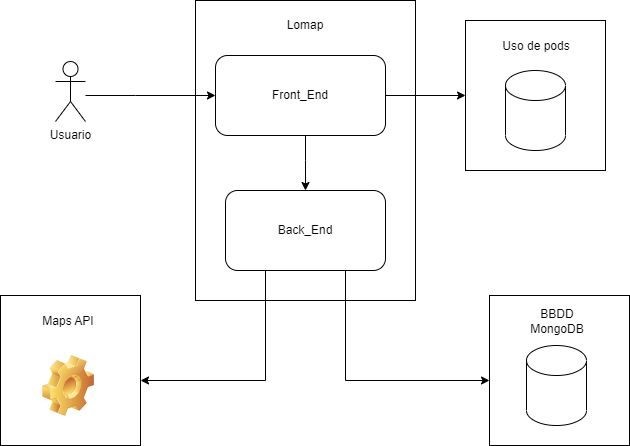
Arquisoft/lomap_es3c keeps this draw.io diagram as images/Overview_Diagrama.png. Above is the earlier version. Source tidied: cells renumbered, new cells last; positions are measured from the earlier drawing's top-left corner, leaving out a move shared by most shapes.
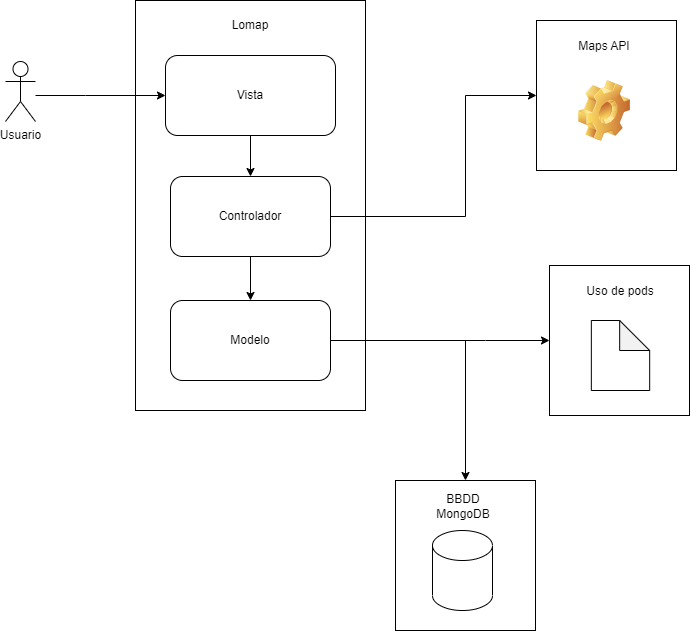
Above is the later version.

Change to the diagram source:
```diff
@@ -6,51 +6,41 @@
       <mxGeometry x="55" y="61" width="30" height="60" as="geometry" />
     </mxCell>
     <mxCell id="3" style="rounded=0;whiteSpace=wrap;html=1;" parent="1" vertex="1">
-      <mxGeometry x="195" width="220" height="300" as="geometry" />
+      <mxGeometry x="185" width="230" height="410" as="geometry" />
     </mxCell>
     <mxCell id="4" value="Lomap" style="text;html=1;strokeColor=none;fillColor=none;align=center;verticalAlign=middle;whiteSpace=wrap;rounded=0;" parent="1" vertex="1">
-      <mxGeometry x="275" y="10" width="60" height="30" as="geometry" />
+      <mxGeometry x="270" y="10" width="60" height="30" as="geometry" />
     </mxCell>
-    <mxCell id="5" style="edgeStyle=orthogonalEdgeStyle;rounded=0;jettySize=auto;html=1;" parent="1" edge="1" source="7" target="10">
-      <mxGeometry relative="1" as="geometry">
-        <Array as="points">
-          <mxPoint x="305" y="160" />
-          <mxPoint x="305" y="160" />
-        </Array>
-      </mxGeometry>
-    </mxCell>
-    <mxCell id="6" style="edgeStyle=orthogonalEdgeStyle;rounded=0;jettySize=auto;html=1;" parent="1" edge="1" source="7" target="11">
-      <mxGeometry relative="1" as="geometry" />
+    <mxCell id="6" style="edgeStyle=orthogonalEdgeStyle;rounded=0;jettySize=auto;html=1;" parent="1" edge="1" source="10" target="11">
+      <mxGeometry relative="1" as="geometry">
+        <Array as="points">
+          <mxPoint x="535" y="340" />
+          <mxPoint x="535" y="340" />
+        </Array>
+      </mxGeometry>
     </mxCell>
+    <mxCell id="21" style="edgeStyle=orthogonalEdgeStyle;rounded=0;jettySize=auto;html=1;" parent="1" edge="1" source="7" target="24">
+      <mxGeometry relative="1" as="geometry" />
+    </mxCell>
-    <mxCell id="7" value="Front_End" style="rounded=1;whiteSpace=wrap;html=1;" parent="1" vertex="1">
+    <mxCell id="7" value="Vista" style="rounded=1;whiteSpace=wrap;html=1;" parent="1" vertex="1">
       <mxGeometry x="215" y="55" width="170" height="80" as="geometry" />
     </mxCell>
     <mxCell id="8" style="edgeStyle=orthogonalEdgeStyle;rounded=0;jettySize=auto;html=1;" parent="1" edge="1" source="10" target="15">
       <mxGeometry relative="1" as="geometry">
         <Array as="points">
-          <mxPoint x="345" y="380" />
+          <mxPoint x="515" y="340" />
         </Array>
       </mxGeometry>
     </mxCell>
-    <mxCell id="9" style="edgeStyle=orthogonalEdgeStyle;rounded=0;jettySize=auto;html=1;" parent="1" edge="1" source="10" target="18">
-      <mxGeometry relative="1" as="geometry">
-        <Array as="points">
-          <mxPoint x="265" y="380" />
-        </Array>
-      </mxGeometry>
-    </mxCell>
-    <mxCell id="10" value="Back_End" style="rounded=1;whiteSpace=wrap;html=1;" parent="1" vertex="1">
-      <mxGeometry x="225" y="190" width="160" height="80" as="geometry" />
+    <mxCell id="10" value="Modelo" style="rounded=1;whiteSpace=wrap;html=1;" parent="1" vertex="1">
+      <mxGeometry x="220" y="300" width="160" height="80" as="geometry" />
     </mxCell>
     <mxCell id="11" style="rounded=0;whiteSpace=wrap;html=1;" parent="1" vertex="1">
-      <mxGeometry x="465" y="20" width="140" height="150" as="geometry" />
+      <mxGeometry x="599" y="265" width="140" height="150" as="geometry" />
     </mxCell>
     <mxCell id="12" value="Uso de pods" style="text;html=1;strokeColor=none;fillColor=none;align=center;verticalAlign=middle;whiteSpace=wrap;rounded=0;" parent="1" vertex="1">
-      <mxGeometry x="496" y="31" width="80" height="30" as="geometry" />
+      <mxGeometry x="630" y="276" width="80" height="30" as="geometry" />
     </mxCell>
-    <mxCell id="13" style="shape=cylinder3;whiteSpace=wrap;html=1;boundedLbl=1;backgroundOutline=1;size=15;" parent="1" vertex="1">
-      <mxGeometry x="505" y="70" width="60" height="80" as="geometry" />
-    </mxCell>
     <mxCell id="14" style="edgeStyle=orthogonalEdgeStyle;rounded=0;jettySize=auto;html=1;verticalAlign=middle;" parent="1" edge="1" source="2" target="7">
       <mxGeometry relative="1" as="geometry">
         <Array as="points">
@@ -60,22 +50,39 @@
       </mxGeometry>
     </mxCell>
     <mxCell id="15" style="rounded=0;whiteSpace=wrap;html=1;" parent="1" vertex="1">
-      <mxGeometry x="489" y="295" width="140" height="150" as="geometry" />
+      <mxGeometry x="445" y="480" width="140" height="150" as="geometry" />
     </mxCell>
     <mxCell id="16" value="BBDD MongoDB" style="text;html=1;strokeColor=none;fillColor=none;align=center;verticalAlign=middle;whiteSpace=wrap;rounded=0;" parent="1" vertex="1">
-      <mxGeometry x="517" y="306" width="80" height="30" as="geometry" />
+      <mxGeometry x="473" y="491" width="80" height="30" as="geometry" />
     </mxCell>
     <mxCell id="17" style="shape=cylinder3;whiteSpace=wrap;html=1;boundedLbl=1;backgroundOutline=1;size=15;" parent="1" vertex="1">
-      <mxGeometry x="526" y="345" width="60" height="80" as="geometry" />
+      <mxGeometry x="482" y="530" width="60" height="80" as="geometry" />
     </mxCell>
     <mxCell id="18" style="rounded=0;whiteSpace=wrap;html=1;" parent="1" vertex="1">
-      <mxGeometry y="295" width="140" height="150" as="geometry" />
+      <mxGeometry x="586" y="20" width="140" height="150" as="geometry" />
     </mxCell>
     <mxCell id="19" value="Maps API" style="text;html=1;strokeColor=none;fillColor=none;align=center;verticalAlign=middle;whiteSpace=wrap;rounded=0;" parent="1" vertex="1">
-      <mxGeometry x="28" y="306" width="80" height="30" as="geometry" />
+      <mxGeometry x="614" y="31" width="80" height="30" as="geometry" />
     </mxCell>
     <mxCell id="20" style="shape=image;html=1;verticalLabelPosition=bottom;verticalAlign=top;imageAspect=1;image=img/clipart/Gear_128x128.png;" parent="1" vertex="1">
-      <mxGeometry x="42" y="355" width="52" height="61" as="geometry" />
+      <mxGeometry x="628" y="80" width="52" height="61" as="geometry" />
     </mxCell>
+    <mxCell id="22" style="edgeStyle=orthogonalEdgeStyle;rounded=0;jettySize=auto;html=1;" parent="1" edge="1" source="24" target="10">
+      <mxGeometry relative="1" as="geometry" />
+    </mxCell>
+    <mxCell id="23" style="edgeStyle=orthogonalEdgeStyle;rounded=0;jettySize=auto;html=1;" parent="1" edge="1" source="24" target="18">
+      <mxGeometry relative="1" as="geometry">
+        <Array as="points">
+          <mxPoint x="515" y="216" />
+          <mxPoint x="515" y="95" />
+        </Array>
+      </mxGeometry>
+    </mxCell>
+    <mxCell id="24" value="Controlador" style="rounded=1;whiteSpace=wrap;html=1;" parent="1" vertex="1">
+      <mxGeometry x="220" y="176" width="160" height="80" as="geometry" />
+    </mxCell>
+    <mxCell id="25" style="shape=note;whiteSpace=wrap;html=1;backgroundOutline=1;darkOpacity=0.05;" parent="1" vertex="1">
+      <mxGeometry x="640.8" y="320" width="58.3" height="70" as="geometry" />
+    </mxCell>
   </root>
 </mxGraphModel>
```
